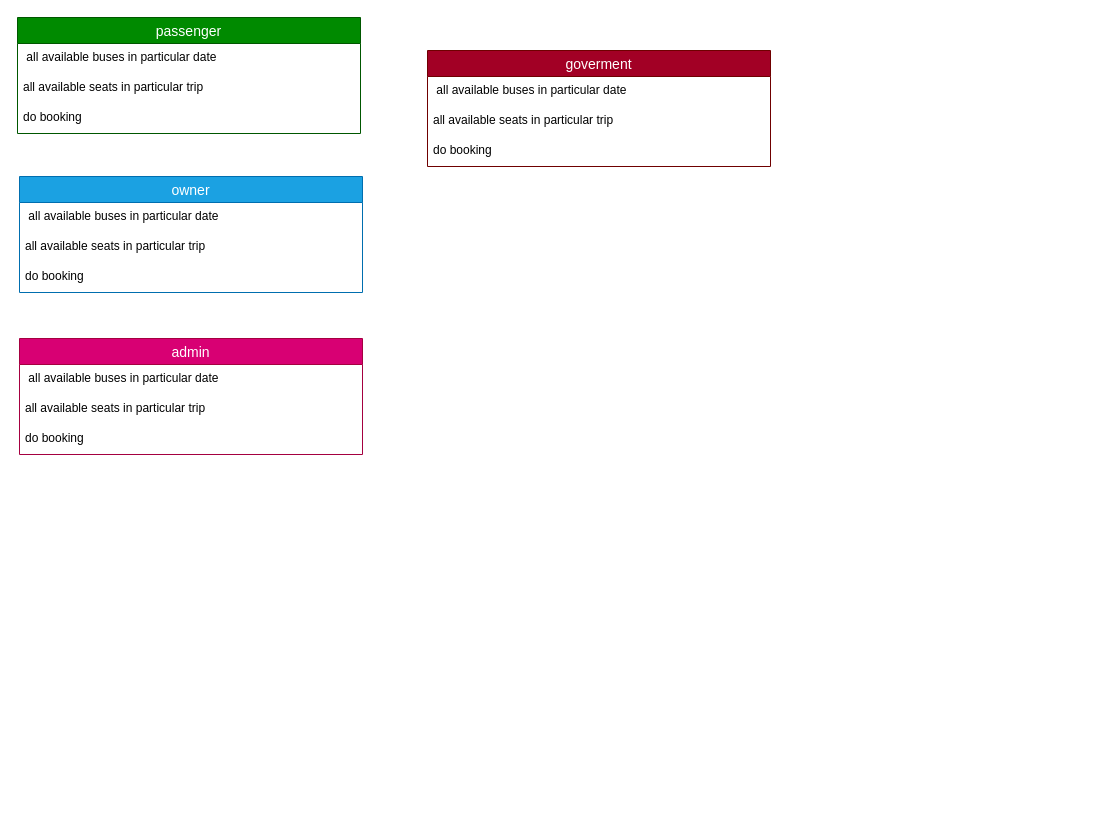
The draw.io diagram page "queries" (2 of 3) of busUML.drawio in lorens-osman-dev/greenBus-uml, before the edit. Source tidied: cells renumbered, new cells numbered last; positions are measured from the earlier drawing's top-left corner, leaving out a move shared by most shapes. Both pictures are drawn from the tidied source at 100%, with x=0, y=0 at pixel (17, 17).
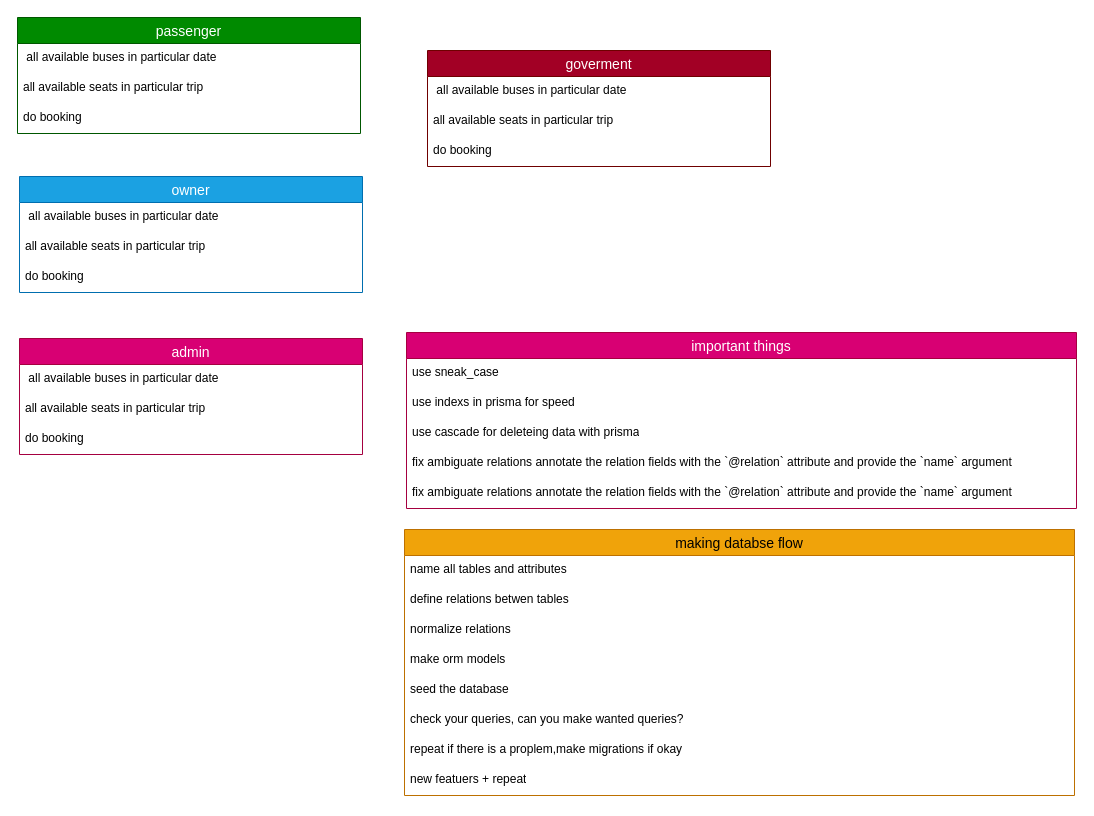
After the change.

Commit message (it also covers changes not shown here):
use sneake_case

What changed in the source:
```diff
@@
+    <mxCell id="18" value="important things" style="swimlane;fontStyle=0;horizontal=1;startSize=26;align=center;fontSize=14;fillColor=#d80073;fontColor=#ffffff;strokeColor=#A50040;" parent="1" vertex="1">
+      <mxGeometry x="389" y="315" width="670" height="176" as="geometry" />
+    </mxCell>
+    <mxCell id="19" value="use sneak_case" style="text;strokeColor=none;fillColor=none;spacingLeft=4;spacingRight=4;overflow=hidden;fontSize=12;whiteSpace=wrap;html=1;" parent="18" vertex="1">
+      <mxGeometry y="26" width="670" height="30" as="geometry" />
+    </mxCell>
+    <mxCell id="20" value="use indexs in prisma for speed" style="text;strokeColor=none;fillColor=none;spacingLeft=4;spacingRight=4;overflow=hidden;fontSize=12;whiteSpace=wrap;html=1;" parent="18" vertex="1">
+      <mxGeometry y="56" width="670" height="30" as="geometry" />
+    </mxCell>
+    <mxCell id="21" value="use cascade for deleteing data with prisma" style="text;strokeColor=none;fillColor=none;spacingLeft=4;spacingRight=4;overflow=hidden;fontSize=12;whiteSpace=wrap;html=1;" parent="18" vertex="1">
+      <mxGeometry y="86" width="670" height="30" as="geometry" />
+    </mxCell>
+    <mxCell id="22" value="fix&amp;nbsp;ambiguate relations&amp;nbsp;annotate the relation fields with the `@relation` attribute and provide the `name` argument&amp;nbsp;" style="text;strokeColor=none;fillColor=none;spacingLeft=4;spacingRight=4;overflow=hidden;fontSize=12;whiteSpace=wrap;html=1;" parent="18" vertex="1">
+      <mxGeometry y="116" width="670" height="30" as="geometry" />
+    </mxCell>
+    <mxCell id="23" value="fix&amp;nbsp;ambiguate relations&amp;nbsp;annotate the relation fields with the `@relation` attribute and provide the `name` argument&amp;nbsp;" style="text;strokeColor=none;fillColor=none;spacingLeft=4;spacingRight=4;overflow=hidden;fontSize=12;whiteSpace=wrap;html=1;" parent="18" vertex="1">
+      <mxGeometry y="146" width="670" height="30" as="geometry" />
+    </mxCell>
+    <mxCell id="24" value="making databse flow" style="swimlane;fontStyle=0;horizontal=1;startSize=26;align=center;fontSize=14;fillColor=#f0a30a;fontColor=#000000;strokeColor=#BD7000;" parent="1" vertex="1">
+      <mxGeometry x="387" y="512" width="670" height="266" as="geometry" />
+    </mxCell>
+    <mxCell id="25" value="name all tables and attributes" style="text;strokeColor=none;fillColor=none;spacingLeft=4;spacingRight=4;overflow=hidden;fontSize=12;whiteSpace=wrap;html=1;" parent="24" vertex="1">
+      <mxGeometry y="26" width="670" height="30" as="geometry" />
+    </mxCell>
+    <mxCell id="26" value="define relations betwen tables" style="text;strokeColor=none;fillColor=none;spacingLeft=4;spacingRight=4;overflow=hidden;fontSize=12;whiteSpace=wrap;html=1;" parent="24" vertex="1">
+      <mxGeometry y="56" width="670" height="30" as="geometry" />
+    </mxCell>
+    <mxCell id="27" value="normalize relations" style="text;strokeColor=none;fillColor=none;spacingLeft=4;spacingRight=4;overflow=hidden;fontSize=12;whiteSpace=wrap;html=1;" parent="24" vertex="1">
+      <mxGeometry y="86" width="670" height="30" as="geometry" />
+    </mxCell>
+    <mxCell id="28" value="make orm models" style="text;strokeColor=none;fillColor=none;spacingLeft=4;spacingRight=4;overflow=hidden;fontSize=12;whiteSpace=wrap;html=1;" parent="24" vertex="1">
+      <mxGeometry y="116" width="670" height="30" as="geometry" />
+    </mxCell>
+    <mxCell id="29" value="seed the database" style="text;strokeColor=none;fillColor=none;spacingLeft=4;spacingRight=4;overflow=hidden;fontSize=12;whiteSpace=wrap;html=1;" parent="24" vertex="1">
+      <mxGeometry y="146" width="670" height="30" as="geometry" />
+    </mxCell>
+    <mxCell id="30" value="check your queries, can you make wanted queries?" style="text;strokeColor=none;fillColor=none;spacingLeft=4;spacingRight=4;overflow=hidden;fontSize=12;whiteSpace=wrap;html=1;" parent="24" vertex="1">
+      <mxGeometry y="176" width="670" height="30" as="geometry" />
+    </mxCell>
+    <mxCell id="31" value="repeat if there is a proplem,make migrations if okay" style="text;strokeColor=none;fillColor=none;spacingLeft=4;spacingRight=4;overflow=hidden;fontSize=12;whiteSpace=wrap;html=1;" parent="24" vertex="1">
+      <mxGeometry y="206" width="670" height="30" as="geometry" />
+    </mxCell>
+    <mxCell id="32" value="new featuers + repeat" style="text;strokeColor=none;fillColor=none;spacingLeft=4;spacingRight=4;overflow=hidden;fontSize=12;whiteSpace=wrap;html=1;" parent="24" vertex="1">
+      <mxGeometry y="236" width="670" height="30" as="geometry" />
+    </mxCell>
```
